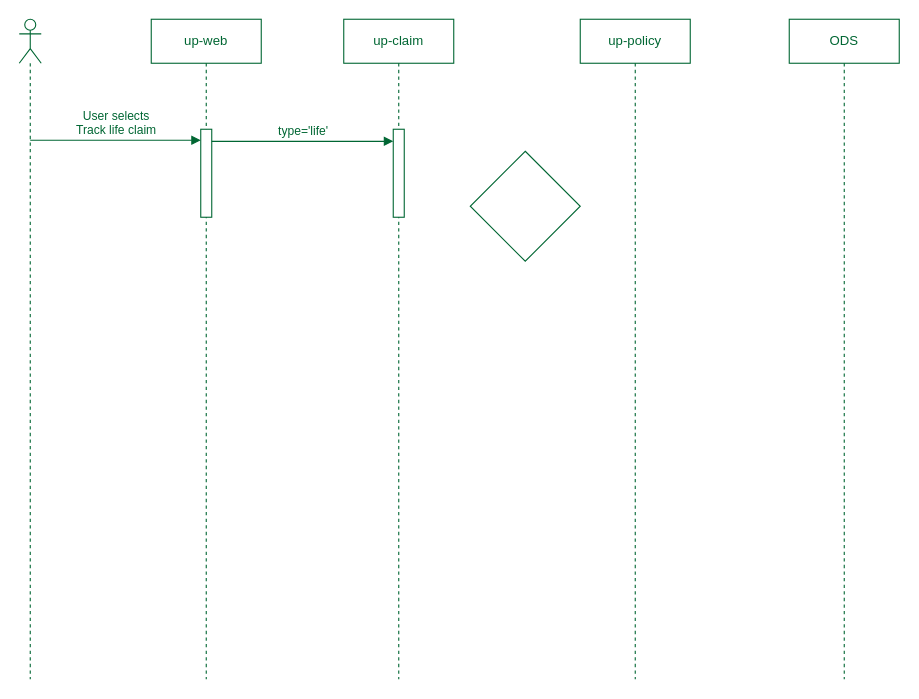
This is Track-claim.drawio from ajeeshraj56/drawio, a draw.io file, before an edit. Source tidied: cells renumbered, new cells numbered last; positions are measured from the earlier drawing's top-left corner, leaving out a move shared by most shapes. Both pictures are drawn from the tidied source at 110%, with x=0, y=0 at pixel (19, 19).
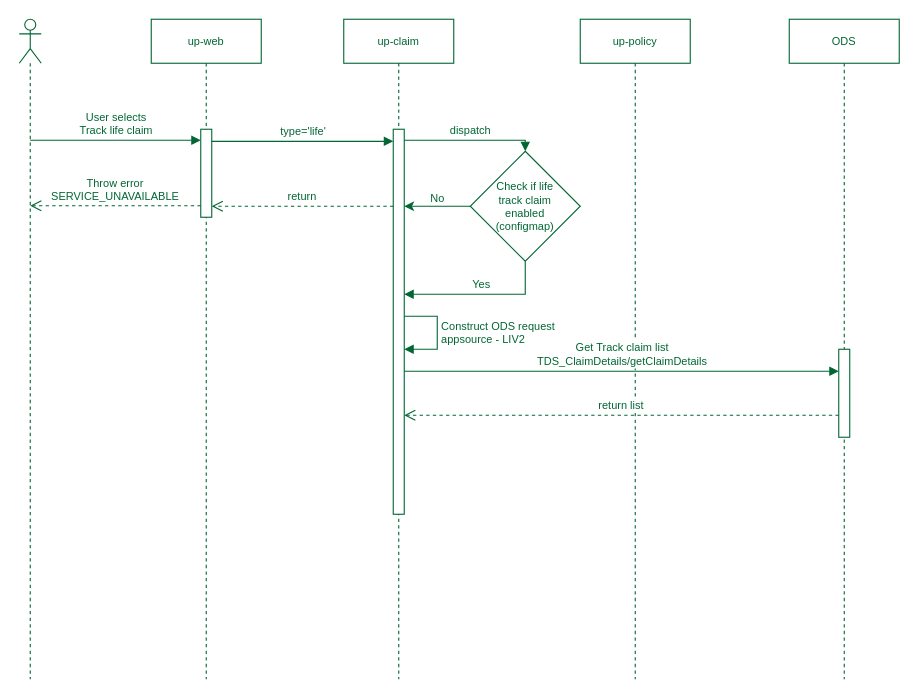
Above is the later version.

Change to the diagram source:
```diff
@@
-    <mxCell id="2" style="shape=umlLifeline;perimeter=lifelinePerimeter;whiteSpace=wrap;html=1;newEdgeStyle={&quot;curved&quot;:0,&quot;rounded&quot;:0};participant=umlActor;strokeColor=#006633;fontColor=#006633;" parent="1" vertex="1">
+    <mxCell id="2" style="shape=umlLifeline;perimeter=lifelinePerimeter;whiteSpace=wrap;html=1;newEdgeStyle={&quot;curved&quot;:0,&quot;rounded&quot;:0};participant=umlActor;strokeColor=#006633;fontColor=#006633;fontSize=10;" parent="1" vertex="1">
       <mxGeometry width="20" height="600" as="geometry" />
     </mxCell>
-    <mxCell id="3" value="up-web" style="shape=umlLifeline;perimeter=lifelinePerimeter;whiteSpace=wrap;html=1;newEdgeStyle={&quot;curved&quot;:0,&quot;rounded&quot;:0};strokeColor=#006633;fontColor=#006633;" parent="1" vertex="1">
+    <mxCell id="3" value="up-web" style="shape=umlLifeline;perimeter=lifelinePerimeter;whiteSpace=wrap;html=1;newEdgeStyle={&quot;curved&quot;:0,&quot;rounded&quot;:0};strokeColor=#006633;fontColor=#006633;fontSize=10;" parent="1" vertex="1">
       <mxGeometry x="120" width="100" height="600" as="geometry" />
     </mxCell>
-    <mxCell id="4" style="html=1;points=[[0,0,0,0,5],[0,1,0,0,-5],[1,0,0,0,5],[1,1,0,0,-5]];perimeter=orthogonalPerimeter;outlineConnect=0;targetShapes=umlLifeline;portConstraint=eastwest;newEdgeStyle={&quot;curved&quot;:0,&quot;rounded&quot;:0};strokeColor=#006633;fontColor=#006633;" parent="3" vertex="1">
+    <mxCell id="4" style="html=1;points=[[0,0,0,0,5],[0,1,0,0,-5],[1,0,0,0,5],[1,1,0,0,-5]];perimeter=orthogonalPerimeter;outlineConnect=0;targetShapes=umlLifeline;portConstraint=eastwest;newEdgeStyle={&quot;curved&quot;:0,&quot;rounded&quot;:0};strokeColor=#006633;fontColor=#006633;fontSize=10;" parent="3" vertex="1">
       <mxGeometry x="45" y="100" width="10" height="80" as="geometry" />
     </mxCell>
-    <mxCell id="5" value="up-claim" style="shape=umlLifeline;perimeter=lifelinePerimeter;whiteSpace=wrap;html=1;newEdgeStyle={&quot;curved&quot;:0,&quot;rounded&quot;:0};strokeColor=#006633;fontColor=#006633;" parent="1" vertex="1">
+    <mxCell id="5" value="up-claim" style="shape=umlLifeline;perimeter=lifelinePerimeter;whiteSpace=wrap;html=1;newEdgeStyle={&quot;curved&quot;:0,&quot;rounded&quot;:0};strokeColor=#006633;fontColor=#006633;fontSize=10;" parent="1" vertex="1">
       <mxGeometry x="295" width="100" height="600" as="geometry" />
     </mxCell>
-    <mxCell id="6" style="html=1;points=[[0,0,0,0,5],[0,1,0,0,-5],[1,0,0,0,5],[1,1,0,0,-5]];perimeter=orthogonalPerimeter;outlineConnect=0;targetShapes=umlLifeline;portConstraint=eastwest;newEdgeStyle={&quot;curved&quot;:0,&quot;rounded&quot;:0};strokeColor=#006633;fontColor=#006633;" parent="5" vertex="1">
-      <mxGeometry x="45" y="100" width="10" height="80" as="geometry" />
+    <mxCell id="6" style="html=1;points=[[0,0,0,0,5],[0,1,0,0,-5],[1,0,0,0,5],[1,1,0,0,-5]];perimeter=orthogonalPerimeter;outlineConnect=0;targetShapes=umlLifeline;portConstraint=eastwest;newEdgeStyle={&quot;curved&quot;:0,&quot;rounded&quot;:0};strokeColor=#006633;fontColor=#006633;fontSize=10;" parent="5" vertex="1">
+      <mxGeometry x="45" y="100" width="10" height="350" as="geometry" />
     </mxCell>
-    <mxCell id="7" value="up-policy" style="shape=umlLifeline;perimeter=lifelinePerimeter;whiteSpace=wrap;html=1;newEdgeStyle={&quot;curved&quot;:0,&quot;rounded&quot;:0};strokeColor=#006633;fontColor=#006633;" parent="1" vertex="1">
+    <mxCell id="7" value="up-policy" style="shape=umlLifeline;perimeter=lifelinePerimeter;whiteSpace=wrap;html=1;newEdgeStyle={&quot;curved&quot;:0,&quot;rounded&quot;:0};strokeColor=#006633;fontColor=#006633;fontSize=10;" parent="1" vertex="1">
       <mxGeometry x="510" width="100" height="600" as="geometry" />
     </mxCell>
-    <mxCell id="8" value="ODS" style="shape=umlLifeline;perimeter=lifelinePerimeter;whiteSpace=wrap;html=1;newEdgeStyle={&quot;curved&quot;:0,&quot;rounded&quot;:0};strokeColor=#006633;fontColor=#006633;" parent="1" vertex="1">
+    <mxCell id="8" value="ODS" style="shape=umlLifeline;perimeter=lifelinePerimeter;whiteSpace=wrap;html=1;newEdgeStyle={&quot;curved&quot;:0,&quot;rounded&quot;:0};strokeColor=#006633;fontColor=#006633;fontSize=10;" parent="1" vertex="1">
       <mxGeometry x="700" width="100" height="600" as="geometry" />
     </mxCell>
+    <mxCell id="12" style="html=1;points=[[0,0,0,0,5],[0,1,0,0,-5],[1,0,0,0,5],[1,1,0,0,-5]];perimeter=orthogonalPerimeter;outlineConnect=0;targetShapes=umlLifeline;portConstraint=eastwest;newEdgeStyle={&quot;curved&quot;:0,&quot;rounded&quot;:0};fontColor=#006633;strokeColor=#006633;" parent="8" vertex="1">
+      <mxGeometry x="45" y="300" width="10" height="80" as="geometry" />
+    </mxCell>
+    <mxCell id="13" style="rounded=0;jettySize=auto;html=1;exitX=0;exitY=0.5;exitDx=0;exitDy=0;exitPerimeter=0;strokeColor=#006633;fontColor=#006633;fontSize=10;" parent="1" edge="1" source="9" target="6">
+      <mxGeometry relative="1" as="geometry" />
+    </mxCell>
-    <mxCell id="9" style="strokeWidth=1;html=1;shape=mxgraph.flowchart.decision;whiteSpace=wrap;strokeColor=#006633;fontColor=#006633;" parent="1" vertex="1">
+    <mxCell id="9" value="&lt;font style=&quot;font-size: 10px;&quot;&gt;Check if life&lt;br style=&quot;font-size: 10px;&quot;&gt;track claim&lt;br style=&quot;font-size: 10px;&quot;&gt;enabled &lt;br style=&quot;font-size: 10px;&quot;&gt;(configmap)&lt;/font&gt;" style="strokeWidth=1;html=1;shape=mxgraph.flowchart.decision;whiteSpace=wrap;strokeColor=#006633;fontColor=#006633;fontSize=10;" parent="1" vertex="1">
       <mxGeometry x="410" y="120" width="100" height="100" as="geometry" />
     </mxCell>
-    <mxCell id="10" value="User selects&lt;br&gt;Track life claim" style="html=1;verticalAlign=bottom;endArrow=block;curved=0;rounded=0;strokeColor=#006633;fontColor=#006633;" parent="1" edge="1" target="4">
+    <mxCell id="10" value="User selects&lt;br style=&quot;font-size: 10px;&quot;&gt;Track life claim" style="html=1;verticalAlign=bottom;endArrow=block;curved=0;rounded=0;strokeColor=#006633;fontColor=#006633;fontSize=10;" parent="1" edge="1" target="4">
       <mxGeometry relative="1" as="geometry">
         <mxPoint x="10" y="110" as="sourcePoint" />
       </mxGeometry>
     </mxCell>
-    <mxCell id="11" value="type='life'" style="html=1;verticalAlign=bottom;endArrow=block;curved=0;rounded=0;entryX=0;entryY=0;entryDx=0;entryDy=5;entryPerimeter=0;strokeColor=#006633;fontColor=#006633;" parent="1" edge="1">
+    <mxCell id="11" value="type='life'" style="html=1;verticalAlign=bottom;endArrow=block;curved=0;rounded=0;entryX=0;entryY=0;entryDx=0;entryDy=5;entryPerimeter=0;strokeColor=#006633;fontColor=#006633;fontSize=10;" parent="1" edge="1">
       <mxGeometry relative="1" as="geometry">
         <mxPoint x="175" y="111" as="sourcePoint" />
         <mxPoint x="340" y="111" as="targetPoint" />
       </mxGeometry>
     </mxCell>
+    <mxCell id="14" value="dispatch" style="html=1;verticalAlign=bottom;endArrow=block;rounded=0;entryX=0.5;entryY=0;entryDx=0;entryDy=0;entryPerimeter=0;edgeStyle=orthogonalEdgeStyle;strokeColor=#006633;fontColor=#006633;fontSize=10;" parent="1" edge="1" source="6" target="9">
+      <mxGeometry relative="1" as="geometry">
+        <Array as="points">
+          <mxPoint x="460" y="110" />
+        </Array>
+      </mxGeometry>
+    </mxCell>
+    <mxCell id="15" value="&lt;font style=&quot;font-size: 10px;&quot;&gt;No&lt;/font&gt;" style="text;html=1;align=center;verticalAlign=middle;strokeColor=none;fillColor=none;fontColor=#006633;fontSize=10;" parent="1" vertex="1">
+      <mxGeometry x="360" y="148" width="40" height="30" as="geometry" />
+    </mxCell>
+    <mxCell id="16" value="return" style="html=1;verticalAlign=bottom;endArrow=open;dashed=1;endSize=8;curved=0;rounded=0;strokeColor=#006633;fontColor=#006633;fontSize=10;" parent="1" edge="1">
+      <mxGeometry relative="1" as="geometry">
+        <mxPoint x="340" y="170" as="sourcePoint" />
+        <mxPoint x="175" y="170" as="targetPoint" />
+      </mxGeometry>
+    </mxCell>
+    <mxCell id="17" value="&lt;font style=&quot;font-size: 10px;&quot;&gt;Throw error&lt;br style=&quot;font-size: 10px;&quot;&gt;SERVICE_UNAVAILABLE&lt;/font&gt;" style="html=1;verticalAlign=bottom;endArrow=open;dashed=1;endSize=8;curved=0;rounded=0;strokeColor=#006633;fontColor=#006633;fontSize=10;" parent="1" edge="1" source="4">
+      <mxGeometry relative="1" as="geometry">
+        <mxPoint x="10" y="169.5" as="targetPoint" />
+      </mxGeometry>
+    </mxCell>
+    <mxCell id="18" value="Yes" style="html=1;verticalAlign=bottom;endArrow=block;rounded=0;exitX=0.5;exitY=1;exitDx=0;exitDy=0;exitPerimeter=0;edgeStyle=orthogonalEdgeStyle;strokeColor=#006633;fontColor=#006633;fontSize=10;" parent="1" edge="1" source="9" target="6">
+      <mxGeometry relative="1" as="geometry">
+        <Array as="points">
+          <mxPoint x="460" y="250" />
+        </Array>
+      </mxGeometry>
+    </mxCell>
+    <mxCell id="19" value="&lt;font style=&quot;font-size: 10px;&quot;&gt;Construct ODS request&lt;br style=&quot;font-size: 10px;&quot;&gt;appsource - LIV2&lt;/font&gt;" style="html=1;align=left;spacingLeft=2;endArrow=block;rounded=0;edgeStyle=orthogonalEdgeStyle;curved=0;rounded=0;strokeColor=#006633;fontColor=#006633;fontSize=10;" parent="1" edge="1" target="6">
+      <mxGeometry relative="1" as="geometry">
+        <mxPoint x="350" y="270" as="sourcePoint" />
+        <Array as="points">
+          <mxPoint x="380" y="270" />
+          <mxPoint x="380" y="300" />
+        </Array>
+      </mxGeometry>
+    </mxCell>
+    <mxCell id="20" value="&lt;font style=&quot;font-size: 10px;&quot;&gt;Get Track claim list&lt;br&gt;TDS_ClaimDetails/getClaimDetails&lt;/font&gt;" style="html=1;verticalAlign=bottom;endArrow=block;curved=0;rounded=0;fontColor=#006633;strokeColor=#006633;" parent="1" edge="1" target="12">
+      <mxGeometry relative="1" as="geometry">
+        <mxPoint x="350" y="320" as="sourcePoint" />
+      </mxGeometry>
+    </mxCell>
+    <mxCell id="21" value="return list" style="html=1;verticalAlign=bottom;endArrow=open;dashed=1;endSize=8;curved=0;rounded=0;strokeColor=#006633;fontColor=#006633;fontSize=10;" parent="1" edge="1">
+      <mxGeometry relative="1" as="geometry">
+        <mxPoint x="745" y="360" as="sourcePoint" />
+        <mxPoint x="350" y="360" as="targetPoint" />
+      </mxGeometry>
+    </mxCell>
```
